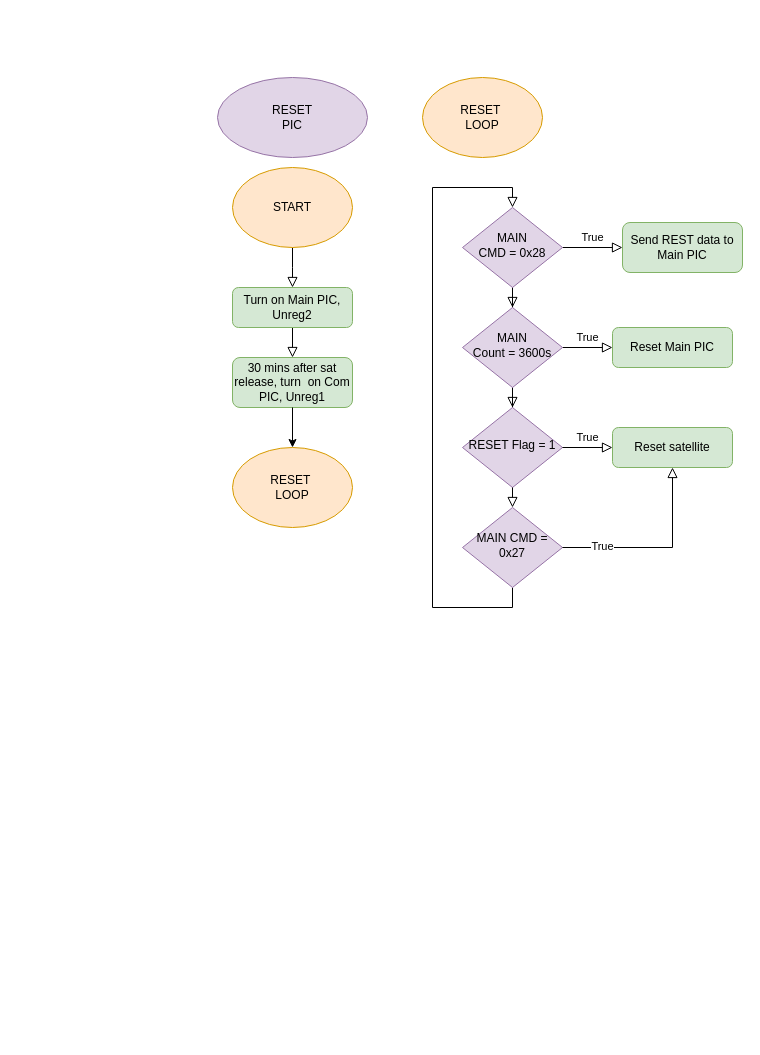
Above: page "RESET-PIC-1.1" (4 of 9) of Diagrams/operation_scenario.drawio in BIRDSOpenSource/BIRDSRP-OBC (draw.io), before the change. Source tidied: cells renumbered, new cells numbered last; positions are measured from the earlier drawing's top-left corner, leaving out a move shared by most shapes. Both pictures are drawn from the tidied source at 100%, with x=0, y=0 at pixel (217, 77).
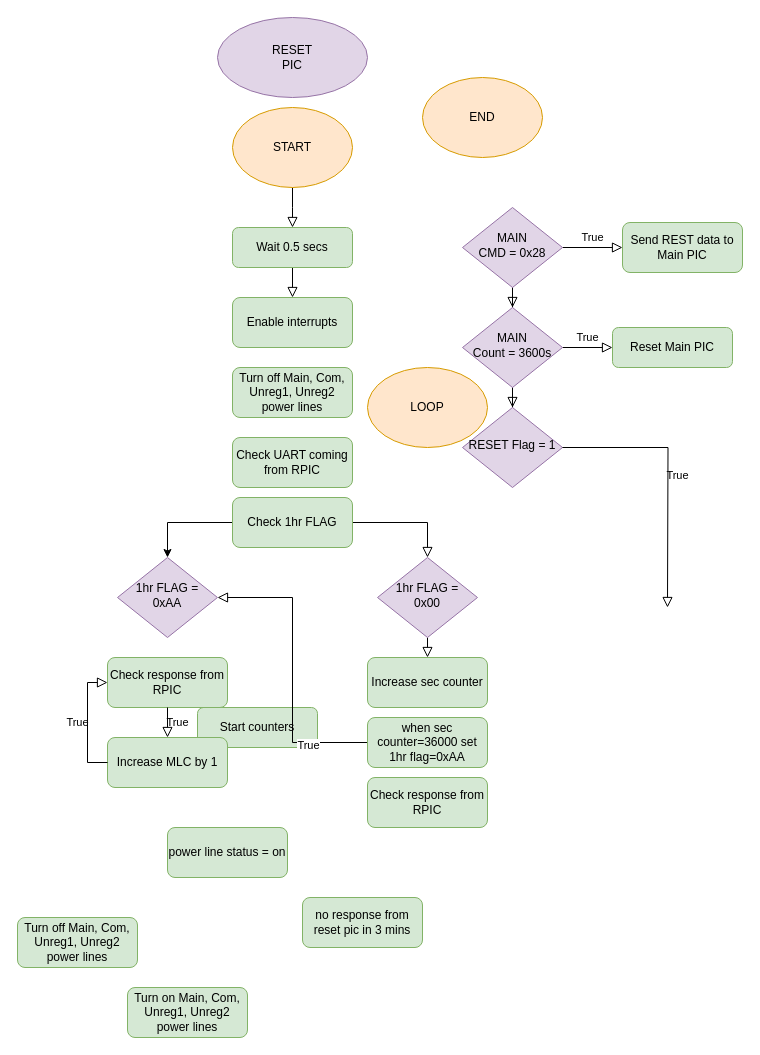
Above is the later version.

Unchanged cells that the change refers to:
```xml
<mxCell id="13" value="&lt;div&gt;MAIN&lt;/div&gt;&lt;div&gt;CMD = 0x28&lt;/div&gt;" style="rhombus;whiteSpace=wrap;html=1;shadow=0;fontFamily=Helvetica;fontSize=12;align=center;strokeWidth=1;spacing=6;spacingTop=-4;fillColor=#e1d5e7;strokeColor=#9673a6;" parent="1" vertex="1">
  <mxGeometry x="245" y="130" width="100" height="80" as="geometry" />
</mxCell>
<mxCell id="20" value="&lt;div&gt;RESET Flag = 1&lt;/div&gt;" style="rhombus;whiteSpace=wrap;html=1;shadow=0;fontFamily=Helvetica;fontSize=12;align=center;strokeWidth=1;spacing=6;spacingTop=-4;fillColor=#e1d5e7;strokeColor=#9673a6;" parent="1" vertex="1">
  <mxGeometry x="245" y="330" width="100" height="80" as="geometry" />
</mxCell>
```

Change to the diagram source:
```diff
@@
-    <mxCell id="2" style="rounded=0;html=1;jettySize=auto;fontSize=11;endArrow=block;endFill=0;endSize=8;strokeWidth=1;shadow=0;labelBackgroundColor=none;edgeStyle=orthogonalEdgeStyle;exitX=0.5;exitY=1;exitDx=0;exitDy=0;entryX=0.5;entryY=0;entryDx=0;entryDy=0;" parent="1" edge="1" source="8" target="6">
-      <mxGeometry relative="1" as="geometry">
-        <Array as="points">
-          <mxPoint x="75" y="190" />
-          <mxPoint x="75" y="190" />
-        </Array>
-      </mxGeometry>
-    </mxCell>
-    <mxCell id="3" style="edgeStyle=orthogonalEdgeStyle;rounded=0;html=1;jettySize=auto;fontSize=11;endArrow=block;endFill=0;endSize=8;strokeWidth=1;shadow=0;labelBackgroundColor=none;exitX=0.5;exitY=1;exitDx=0;exitDy=0;entryX=0.5;entryY=0;entryDx=0;entryDy=0;" parent="1" edge="1" source="6" target="4">
-      <mxGeometry y="10" relative="1" as="geometry" />
-    </mxCell>
-    <mxCell id="4" value="30 mins after sat release, turn&amp;nbsp; on Com PIC, Unreg1" style="rounded=1;whiteSpace=wrap;html=1;fontSize=12;glass=0;strokeWidth=1;shadow=0;fillColor=#d5e8d4;strokeColor=#82b366;" parent="1" vertex="1">
-      <mxGeometry x="15" y="280" width="120" height="50" as="geometry" />
-    </mxCell>
-    <mxCell id="5" style="edgeStyle=orthogonalEdgeStyle;rounded=0;jettySize=auto;html=1;exitX=0.5;exitY=1;exitDx=0;exitDy=0;entryX=0.5;entryY=0;entryDx=0;entryDy=0;" parent="1" edge="1" source="4" target="9">
-      <mxGeometry relative="1" as="geometry" />
-    </mxCell>
-    <mxCell id="6" value="Turn on Main PIC, Unreg2" style="rounded=1;whiteSpace=wrap;html=1;fontSize=12;glass=0;strokeWidth=1;shadow=0;fillColor=#d5e8d4;strokeColor=#82b366;" parent="1" vertex="1">
-      <mxGeometry x="15" y="210" width="120" height="40" as="geometry" />
-    </mxCell>
+    <mxCell id="27" style="rounded=0;html=1;jettySize=auto;fontSize=11;endArrow=block;endFill=0;endSize=8;strokeWidth=1;shadow=0;labelBackgroundColor=none;edgeStyle=orthogonalEdgeStyle;exitX=0.5;exitY=1;exitDx=0;exitDy=0;entryX=0.5;entryY=0;entryDx=0;entryDy=0;" parent="1" edge="1" source="8" target="31">
+      <mxGeometry relative="1" as="geometry">
+        <Array as="points">
+          <mxPoint x="75" y="130" />
+          <mxPoint x="75" y="130" />
+        </Array>
+      </mxGeometry>
+    </mxCell>
+    <mxCell id="28" style="edgeStyle=orthogonalEdgeStyle;rounded=0;html=1;jettySize=auto;fontSize=11;endArrow=block;endFill=0;endSize=8;strokeWidth=1;shadow=0;labelBackgroundColor=none;exitX=0.5;exitY=1;exitDx=0;exitDy=0;entryX=0.5;entryY=0;entryDx=0;entryDy=0;" parent="1" edge="1" source="31" target="29">
+      <mxGeometry y="10" relative="1" as="geometry" />
+    </mxCell>
+    <mxCell id="29" value="&lt;div&gt;Enable interrupts&lt;/div&gt;" style="rounded=1;whiteSpace=wrap;html=1;fontSize=12;glass=0;strokeWidth=1;shadow=0;fillColor=#d5e8d4;strokeColor=#82b366;" parent="1" vertex="1">
+      <mxGeometry x="15" y="220" width="120" height="50" as="geometry" />
+    </mxCell>
+    <mxCell id="30" style="edgeStyle=orthogonalEdgeStyle;rounded=0;jettySize=auto;html=1;exitX=0;exitY=0.5;exitDx=0;exitDy=0;entryX=0.5;entryY=0;entryDx=0;entryDy=0;" parent="1" edge="1" source="41" target="42">
+      <mxGeometry relative="1" as="geometry" />
+    </mxCell>
+    <mxCell id="31" value="&lt;div&gt;Wait 0.5 secs&lt;/div&gt;" style="rounded=1;whiteSpace=wrap;html=1;fontSize=12;glass=0;strokeWidth=1;shadow=0;fillColor=#d5e8d4;strokeColor=#82b366;" parent="1" vertex="1">
+      <mxGeometry x="15" y="150" width="120" height="40" as="geometry" />
+    </mxCell>
     <mxCell id="7" value="RESET&lt;div&gt;PIC&lt;/div&gt;" style="ellipse;whiteSpace=wrap;html=1;fillColor=#e1d5e7;strokeColor=#9673a6;" parent="1" vertex="1">
-      <mxGeometry width="150" height="80" as="geometry" />
+      <mxGeometry y="-60" width="150" height="80" as="geometry" />
     </mxCell>
     <mxCell id="8" value="START" style="ellipse;whiteSpace=wrap;html=1;fillColor=#ffe6cc;strokeColor=#d79b00;" parent="1" vertex="1">
-      <mxGeometry x="15" y="90" width="120" height="80" as="geometry" />
+      <mxGeometry x="15" y="30" width="120" height="80" as="geometry" />
     </mxCell>
-    <mxCell id="9" value="RESET&amp;nbsp;&lt;div&gt;LOOP&lt;/div&gt;" style="ellipse;whiteSpace=wrap;html=1;fillColor=#ffe6cc;strokeColor=#d79b00;" parent="1" vertex="1">
-      <mxGeometry x="15" y="370" width="120" height="80" as="geometry" />
-    </mxCell>
-    <mxCell id="10" style="rounded=0;html=1;jettySize=auto;fontSize=11;endArrow=block;endFill=0;endSize=8;strokeWidth=1;shadow=0;labelBackgroundColor=none;edgeStyle=orthogonalEdgeStyle;entryX=0.5;entryY=0;entryDx=0;entryDy=0;exitX=0.5;exitY=1;exitDx=0;exitDy=0;" parent="1" edge="1" source="21" target="13">
-      <mxGeometry relative="1" as="geometry">
-        <Array as="points">
-          <mxPoint x="295" y="530" />
-          <mxPoint x="215" y="530" />
-          <mxPoint x="215" y="110" />
-          <mxPoint x="295" y="110" />
-        </Array>
-      </mxGeometry>
-    </mxCell>
+    <mxCell id="32" value="LOOP" style="ellipse;whiteSpace=wrap;html=1;fillColor=#ffe6cc;strokeColor=#d79b00;" parent="1" vertex="1">
+      <mxGeometry x="150" y="290" width="120" height="80" as="geometry" />
+    </mxCell>
+    <mxCell id="33" style="rounded=0;html=1;jettySize=auto;fontSize=11;endArrow=block;endFill=0;endSize=8;strokeWidth=1;shadow=0;labelBackgroundColor=none;edgeStyle=orthogonalEdgeStyle;exitX=0.5;exitY=1;exitDx=0;exitDy=0;entryX=0.5;entryY=0;entryDx=0;entryDy=0;" parent="1" edge="1" source="35" target="44">
+      <mxGeometry relative="1" as="geometry">
+        <Array as="points">
+          <mxPoint x="210" y="560" />
+        </Array>
+      </mxGeometry>
+    </mxCell>
@@
-    <mxCell id="19" value="RESET&amp;nbsp;&lt;div&gt;LOOP&lt;/div&gt;" style="ellipse;whiteSpace=wrap;html=1;fillColor=#ffe6cc;strokeColor=#d79b00;" parent="1" vertex="1">
-      <mxGeometry x="205" width="120" height="80" as="geometry" />
-    </mxCell>
+    <mxCell id="34" value="END" style="ellipse;whiteSpace=wrap;html=1;fillColor=#ffe6cc;strokeColor=#d79b00;" parent="1" vertex="1">
+      <mxGeometry x="205" width="120" height="80" as="geometry" />
+    </mxCell>
@@
-    <mxCell id="21" value="&lt;div&gt;MAIN CMD = 0x27&lt;/div&gt;" style="rhombus;whiteSpace=wrap;html=1;shadow=0;fontFamily=Helvetica;fontSize=12;align=center;strokeWidth=1;spacing=6;spacingTop=-4;fillColor=#e1d5e7;strokeColor=#9673a6;" parent="1" vertex="1">
-      <mxGeometry x="245" y="430" width="100" height="80" as="geometry" />
-    </mxCell>
-    <mxCell id="22" style="rounded=0;html=1;jettySize=auto;fontSize=11;endArrow=block;endFill=0;endSize=8;strokeWidth=1;shadow=0;labelBackgroundColor=none;edgeStyle=orthogonalEdgeStyle;entryX=0.5;entryY=0;entryDx=0;entryDy=0;exitX=0.5;exitY=1;exitDx=0;exitDy=0;" parent="1" edge="1" source="20" target="21">
-      <mxGeometry x="0.33" y="20" relative="1" as="geometry" />
-    </mxCell>
-    <mxCell id="23" value="Reset satellite" style="rounded=1;whiteSpace=wrap;html=1;fontSize=12;glass=0;strokeWidth=1;shadow=0;fillColor=#d5e8d4;strokeColor=#82b366;" parent="1" vertex="1">
-      <mxGeometry x="395" y="350" width="120" height="40" as="geometry" />
-    </mxCell>
-    <mxCell id="24" value="True" style="edgeStyle=orthogonalEdgeStyle;rounded=0;html=1;jettySize=auto;fontSize=11;endArrow=block;endFill=0;endSize=8;strokeWidth=1;shadow=0;labelBackgroundColor=none;exitX=1;exitY=0.5;exitDx=0;exitDy=0;entryX=0;entryY=0.5;entryDx=0;entryDy=0;" parent="1" edge="1" source="20" target="23">
-      <mxGeometry y="10" relative="1" as="geometry" />
-    </mxCell>
-    <mxCell id="25" style="edgeStyle=orthogonalEdgeStyle;rounded=0;html=1;jettySize=auto;fontSize=11;endArrow=block;endFill=0;endSize=8;strokeWidth=1;shadow=0;labelBackgroundColor=none;exitX=1;exitY=0.5;exitDx=0;exitDy=0;entryX=0.5;entryY=1;entryDx=0;entryDy=0;" parent="1" edge="1" source="21" target="23">
-      <mxGeometry y="10" relative="1" as="geometry" />
-    </mxCell>
+    <mxCell id="35" value="&lt;div&gt;1hr FLAG = 0x00&lt;/div&gt;" style="rhombus;whiteSpace=wrap;html=1;shadow=0;fontFamily=Helvetica;fontSize=12;align=center;strokeWidth=1;spacing=6;spacingTop=-4;fillColor=#e1d5e7;strokeColor=#9673a6;" parent="1" vertex="1">
+      <mxGeometry x="160" y="480" width="100" height="80" as="geometry" />
+    </mxCell>
+    <mxCell id="36" style="rounded=0;html=1;jettySize=auto;fontSize=11;endArrow=block;endFill=0;endSize=8;strokeWidth=1;shadow=0;labelBackgroundColor=none;edgeStyle=orthogonalEdgeStyle;entryX=0.5;entryY=0;entryDx=0;entryDy=0;exitX=1;exitY=0.5;exitDx=0;exitDy=0;" parent="1" edge="1" source="41" target="35">
+      <mxGeometry x="0.33" y="20" relative="1" as="geometry" />
+    </mxCell>
+    <mxCell id="37" value="Start counters" style="rounded=1;whiteSpace=wrap;html=1;fontSize=12;glass=0;strokeWidth=1;shadow=0;fillColor=#d5e8d4;strokeColor=#82b366;" parent="1" vertex="1">
+      <mxGeometry x="-20" y="630" width="120" height="40" as="geometry" />
+    </mxCell>
+    <mxCell id="38" value="True" style="edgeStyle=orthogonalEdgeStyle;rounded=0;html=1;jettySize=auto;fontSize=11;endArrow=block;endFill=0;endSize=8;strokeWidth=1;shadow=0;labelBackgroundColor=none;exitX=1;exitY=0.5;exitDx=0;exitDy=0;" parent="1" edge="1" source="20">
+      <mxGeometry y="10" relative="1" as="geometry">
+        <mxPoint x="450" y="530" as="targetPoint" />
+      </mxGeometry>
+    </mxCell>
+    <mxCell id="39" style="edgeStyle=orthogonalEdgeStyle;rounded=0;html=1;jettySize=auto;fontSize=11;endArrow=block;endFill=0;endSize=8;strokeWidth=1;shadow=0;labelBackgroundColor=none;exitX=0;exitY=0.5;exitDx=0;exitDy=0;entryX=1;entryY=0.5;entryDx=0;entryDy=0;" parent="1" edge="1" source="48" target="42">
+      <mxGeometry y="10" relative="1" as="geometry" />
+    </mxCell>
-    <mxCell id="26" value="True" style="edgeLabel;html=1;align=center;verticalAlign=middle;" parent="25" vertex="1">
+    <mxCell id="26" value="True" style="edgeLabel;html=1;align=center;verticalAlign=middle;" parent="39" vertex="1">
       <mxGeometry x="-0.59" y="2" relative="1" as="geometry" />
     </mxCell>
+    <mxCell id="40" value="&lt;div&gt;Turn off Main, Com, Unreg1, Unreg2 power lines&lt;/div&gt;" style="rounded=1;whiteSpace=wrap;html=1;fontSize=12;glass=0;strokeWidth=1;shadow=0;fillColor=#d5e8d4;strokeColor=#82b366;" parent="1" vertex="1">
+      <mxGeometry x="15" y="290" width="120" height="50" as="geometry" />
+    </mxCell>
+    <mxCell id="41" value="&lt;div&gt;Check 1hr FLAG&lt;/div&gt;" style="rounded=1;whiteSpace=wrap;html=1;fontSize=12;glass=0;strokeWidth=1;shadow=0;fillColor=#d5e8d4;strokeColor=#82b366;" parent="1" vertex="1">
+      <mxGeometry x="15" y="420" width="120" height="50" as="geometry" />
+    </mxCell>
+    <mxCell id="42" value="&lt;div&gt;1hr FLAG = 0xAA&lt;/div&gt;" style="rhombus;whiteSpace=wrap;html=1;shadow=0;fontFamily=Helvetica;fontSize=12;align=center;strokeWidth=1;spacing=6;spacingTop=-4;fillColor=#e1d5e7;strokeColor=#9673a6;" parent="1" vertex="1">
+      <mxGeometry x="-100" y="480" width="100" height="80" as="geometry" />
+    </mxCell>
+    <mxCell id="43" value="&lt;div&gt;Check response from RPIC&lt;/div&gt;" style="rounded=1;whiteSpace=wrap;html=1;fontSize=12;glass=0;strokeWidth=1;shadow=0;fillColor=#d5e8d4;strokeColor=#82b366;" parent="1" vertex="1">
+      <mxGeometry x="-110" y="580" width="120" height="50" as="geometry" />
+    </mxCell>
+    <mxCell id="44" value="&lt;div&gt;Increase sec counter&lt;/div&gt;" style="rounded=1;whiteSpace=wrap;html=1;fontSize=12;glass=0;strokeWidth=1;shadow=0;fillColor=#d5e8d4;strokeColor=#82b366;" parent="1" vertex="1">
+      <mxGeometry x="150" y="580" width="120" height="50" as="geometry" />
+    </mxCell>
+    <mxCell id="45" value="&lt;div&gt;Increase MLC by 1&lt;/div&gt;" style="rounded=1;whiteSpace=wrap;html=1;fontSize=12;glass=0;strokeWidth=1;shadow=0;fillColor=#d5e8d4;strokeColor=#82b366;" parent="1" vertex="1">
+      <mxGeometry x="-110" y="660" width="120" height="50" as="geometry" />
+    </mxCell>
+    <mxCell id="46" value="&lt;div&gt;power line status = on&lt;/div&gt;" style="rounded=1;whiteSpace=wrap;html=1;fontSize=12;glass=0;strokeWidth=1;shadow=0;fillColor=#d5e8d4;strokeColor=#82b366;" parent="1" vertex="1">
+      <mxGeometry x="-50" y="750" width="120" height="50" as="geometry" />
+    </mxCell>
+    <mxCell id="47" value="&lt;div&gt;Check response from RPIC&lt;/div&gt;" style="rounded=1;whiteSpace=wrap;html=1;fontSize=12;glass=0;strokeWidth=1;shadow=0;fillColor=#d5e8d4;strokeColor=#82b366;" parent="1" vertex="1">
+      <mxGeometry x="150" y="700" width="120" height="50" as="geometry" />
+    </mxCell>
+    <mxCell id="48" value="&lt;div&gt;when sec counter=36000 set 1hr flag=0xAA&lt;/div&gt;" style="rounded=1;whiteSpace=wrap;html=1;fontSize=12;glass=0;strokeWidth=1;shadow=0;fillColor=#d5e8d4;strokeColor=#82b366;" parent="1" vertex="1">
+      <mxGeometry x="150" y="640" width="120" height="50" as="geometry" />
+    </mxCell>
+    <mxCell id="49" value="&lt;div&gt;Check UART coming from RPIC&lt;/div&gt;" style="rounded=1;whiteSpace=wrap;html=1;fontSize=12;glass=0;strokeWidth=1;shadow=0;fillColor=#d5e8d4;strokeColor=#82b366;" parent="1" vertex="1">
+      <mxGeometry x="15" y="360" width="120" height="50" as="geometry" />
+    </mxCell>
+    <mxCell id="50" value="True" style="edgeStyle=orthogonalEdgeStyle;rounded=0;html=1;jettySize=auto;fontSize=11;endArrow=block;endFill=0;endSize=8;strokeWidth=1;shadow=0;labelBackgroundColor=none;exitX=0.5;exitY=1;exitDx=0;exitDy=0;entryX=0.5;entryY=0;entryDx=0;entryDy=0;" parent="1" edge="1" source="43" target="45">
+      <mxGeometry y="10" relative="1" as="geometry" />
+    </mxCell>
+    <mxCell id="51" value="True" style="edgeStyle=orthogonalEdgeStyle;rounded=0;html=1;jettySize=auto;fontSize=11;endArrow=block;endFill=0;endSize=8;strokeWidth=1;shadow=0;labelBackgroundColor=none;exitX=0;exitY=0.5;exitDx=0;exitDy=0;entryX=0;entryY=0.5;entryDx=0;entryDy=0;" parent="1" edge="1" source="45" target="43">
+      <mxGeometry y="10" relative="1" as="geometry" />
+    </mxCell>
+    <mxCell id="52" value="&lt;div&gt;no response from reset pic in 3 mins&lt;/div&gt;" style="rounded=1;whiteSpace=wrap;html=1;fontSize=12;glass=0;strokeWidth=1;shadow=0;fillColor=#d5e8d4;strokeColor=#82b366;" parent="1" vertex="1">
+      <mxGeometry x="85" y="820" width="120" height="50" as="geometry" />
+    </mxCell>
+    <mxCell id="53" value="Turn on Main, Com, Unreg1, Unreg2 power lines" style="rounded=1;whiteSpace=wrap;html=1;fontSize=12;glass=0;strokeWidth=1;shadow=0;fillColor=#d5e8d4;strokeColor=#82b366;" parent="1" vertex="1">
+      <mxGeometry x="-90" y="910" width="120" height="50" as="geometry" />
+    </mxCell>
+    <mxCell id="54" value="Turn off Main, Com, Unreg1, Unreg2 power lines" style="rounded=1;whiteSpace=wrap;html=1;fontSize=12;glass=0;strokeWidth=1;shadow=0;fillColor=#d5e8d4;strokeColor=#82b366;" parent="1" vertex="1">
+      <mxGeometry x="-200" y="840" width="120" height="50" as="geometry" />
+    </mxCell>
```
